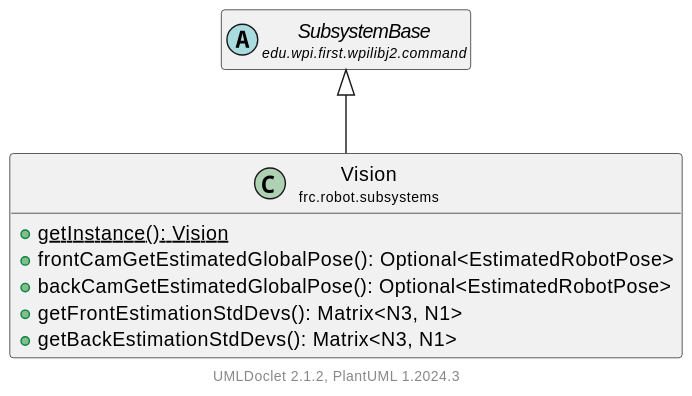
Above: docs/uml/frc/robot/subsystems/Vision.svg in LakotaRobotics1038/2026RobotProject (PlantUML), before the change. Source of this version:
```plantuml
@startuml
    set namespaceSeparator none
    hide empty fields
    hide empty methods

    class "<size:14>Vision\n<size:10>frc.robot.subsystems" as frc.robot.subsystems.Vision [[Vision.html]] {
        {static} +getInstance(): Vision
        +frontCamGetEstimatedGlobalPose(): Optional<EstimatedRobotPose>
        +backCamGetEstimatedGlobalPose(): Optional<EstimatedRobotPose>
        +getFrontEstimationStdDevs(): Matrix<N3, N1>
        +getBackEstimationStdDevs(): Matrix<N3, N1>
    }

    abstract class "<size:14>SubsystemBase\n<size:10>edu.wpi.first.wpilibj2.command" as edu.wpi.first.wpilibj2.command.SubsystemBase

    edu.wpi.first.wpilibj2.command.SubsystemBase <|-- frc.robot.subsystems.Vision
    center footer UMLDoclet 2.1.2, PlantUML %version()
@enduml
```
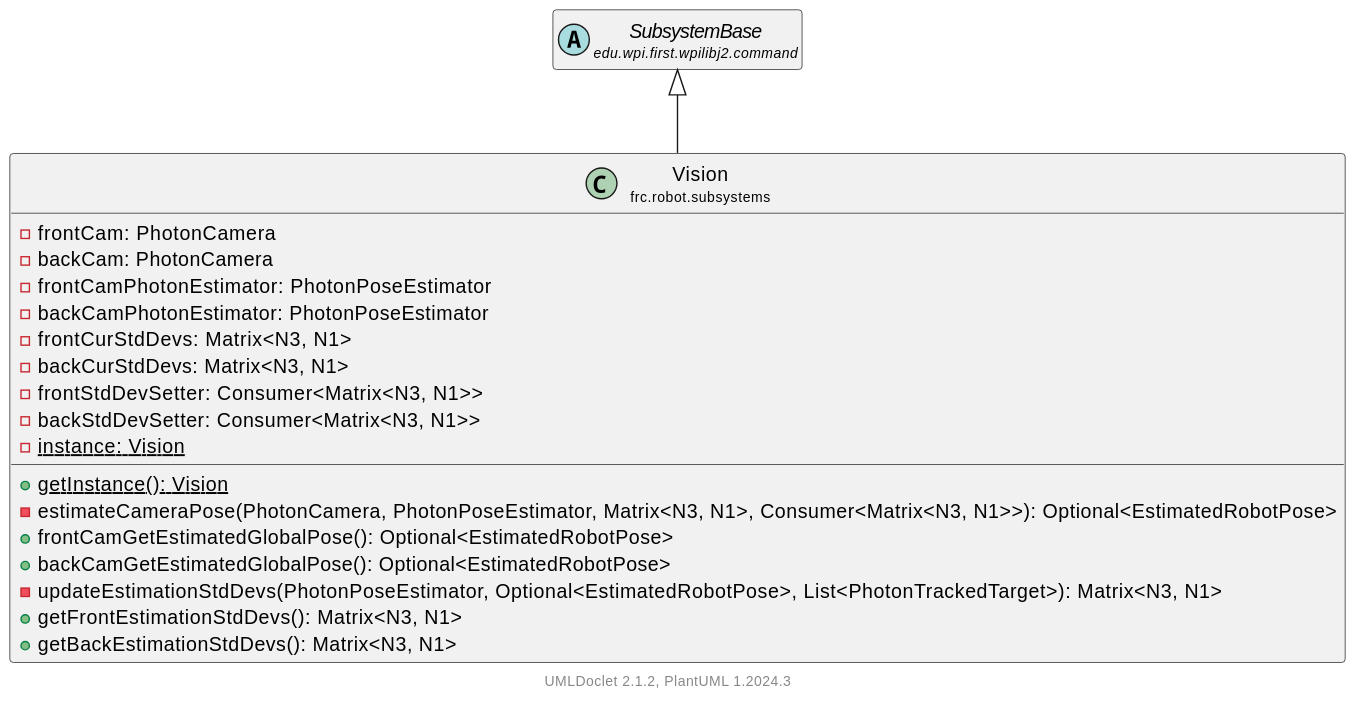
Later version of the same file.

Diff of the diagram source:
```diff
@@ -4,9 +4,20 @@
     hide empty methods
 
     class "<size:14>Vision\n<size:10>frc.robot.subsystems" as frc.robot.subsystems.Vision [[Vision.html]] {
+        -frontCam: PhotonCamera
+        -backCam: PhotonCamera
+        -frontCamPhotonEstimator: PhotonPoseEstimator
+        -backCamPhotonEstimator: PhotonPoseEstimator
+        -frontCurStdDevs: Matrix<N3, N1>
+        -backCurStdDevs: Matrix<N3, N1>
+        -frontStdDevSetter: Consumer<Matrix<N3, N1>>
+        -backStdDevSetter: Consumer<Matrix<N3, N1>>
+        {static} -instance: Vision
         {static} +getInstance(): Vision
+        -estimateCameraPose(PhotonCamera, PhotonPoseEstimator, Matrix<N3, N1>, Consumer<Matrix<N3, N1>>): Optional<EstimatedRobotPose>
         +frontCamGetEstimatedGlobalPose(): Optional<EstimatedRobotPose>
         +backCamGetEstimatedGlobalPose(): Optional<EstimatedRobotPose>
+        -updateEstimationStdDevs(PhotonPoseEstimator, Optional<EstimatedRobotPose>, List<PhotonTrackedTarget>): Matrix<N3, N1>
         +getFrontEstimationStdDevs(): Matrix<N3, N1>
         +getBackEstimationStdDevs(): Matrix<N3, N1>
     }
```
